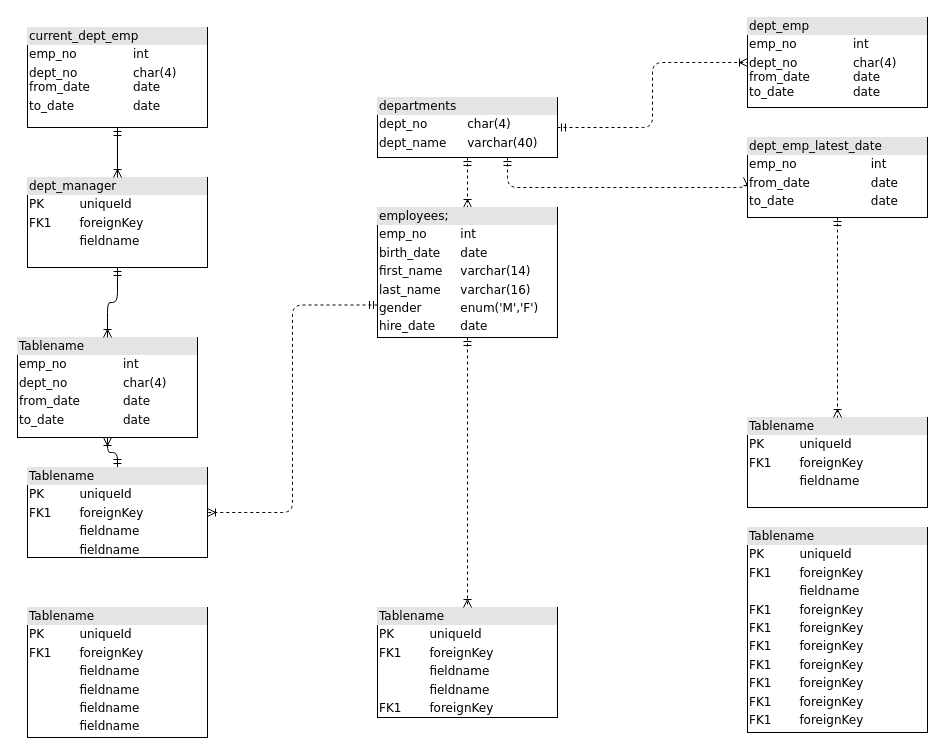
Above: act2/Untitled Diagram.drawio in DemiurgeApeiron/A01028325-InternetOfThings (draw.io), before the change. Source tidied: cells renumbered, new cells numbered last; positions are measured from the earlier drawing's top-left corner, leaving out a move shared by most shapes. Both pictures are drawn from the tidied source at 100%, with x=0, y=0 at pixel (17, 17).
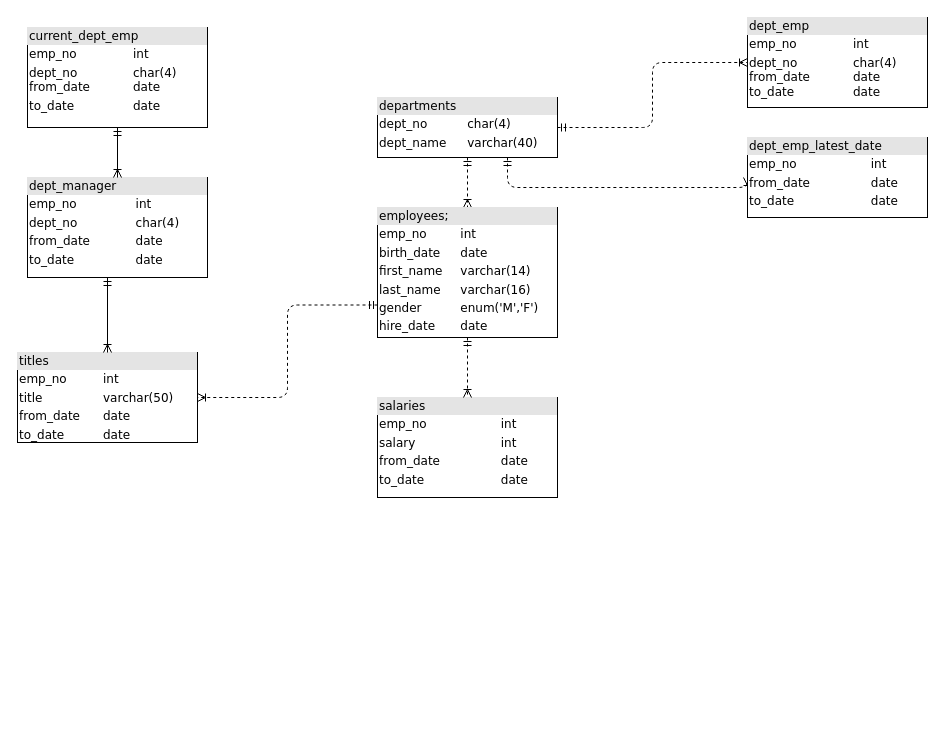
The same diagram, later.

Unchanged cells that the change refers to:
```xml
<mxCell id="19" value="&lt;div style=&quot;box-sizing: border-box ; width: 100% ; background: #e4e4e4 ; padding: 2px&quot;&gt;dept_emp_latest_date&lt;/div&gt;&lt;table style=&quot;width: 100% ; font-size: 1em&quot; cellspacing=&quot;0&quot; cellpadding=&quot;2&quot;&gt;&lt;tbody&gt;&lt;tr&gt;&lt;td&gt;emp_no&lt;/td&gt;&lt;td&gt;int&lt;/td&gt;&lt;/tr&gt;&lt;tr&gt;&lt;td&gt;from_date&lt;/td&gt;&lt;td&gt;date&lt;/td&gt;&lt;/tr&gt;&lt;tr&gt;&lt;td&gt;to_date&lt;/td&gt;&lt;td&gt;date&lt;/td&gt;&lt;/tr&gt;&lt;tr&gt;&lt;td&gt;&lt;br&gt;&lt;/td&gt;&lt;td&gt;&lt;br&gt;&lt;/td&gt;&lt;/tr&gt;&lt;tr&gt;&lt;td&gt;&lt;br&gt;&lt;/td&gt;&lt;td&gt;&lt;br&gt;&lt;/td&gt;&lt;/tr&gt;&lt;tr&gt;&lt;td&gt;&lt;br&gt;&lt;/td&gt;&lt;td&gt;&lt;br&gt;&lt;/td&gt;&lt;/tr&gt;&lt;tr&gt;&lt;td&gt;&lt;br&gt;&lt;/td&gt;&lt;td&gt;&lt;br&gt;&lt;/td&gt;&lt;/tr&gt;&lt;tr&gt;&lt;td&gt;&lt;br&gt;&lt;/td&gt;&lt;td&gt;&lt;br&gt;&lt;/td&gt;&lt;/tr&gt;&lt;tr&gt;&lt;td&gt;&lt;br&gt;&lt;/td&gt;&lt;td&gt;&lt;br&gt;&lt;/td&gt;&lt;/tr&gt;&lt;tr&gt;&lt;td&gt;&lt;br&gt;&lt;/td&gt;&lt;td&gt;&lt;br&gt;&lt;/td&gt;&lt;/tr&gt;&lt;tr&gt;&lt;td&gt;&lt;br&gt;&lt;/td&gt;&lt;td&gt;&lt;br&gt;&lt;/td&gt;&lt;/tr&gt;&lt;tr&gt;&lt;td&gt;&lt;br&gt;&lt;/td&gt;&lt;td&gt;&lt;br&gt;&lt;/td&gt;&lt;/tr&gt;&lt;/tbody&gt;&lt;/table&gt;" style="verticalAlign=top;align=left;overflow=fill;html=1;rounded=0;shadow=0;comic=0;labelBackgroundColor=none;strokeWidth=1;fontFamily=Verdana;fontSize=12;" parent="1" vertex="1">
  <mxGeometry x="730" y="120" width="180" height="80" as="geometry" />
</mxCell>
```

The edit, as a diff of the source:
```diff
@@
-    <mxCell id="7" style="edgeStyle=orthogonalEdgeStyle;html=1;labelBackgroundColor=none;startArrow=ERmandOne;endArrow=ERoneToMany;fontFamily=Verdana;fontSize=12;align=left;" parent="1" edge="1" source="9" target="10">
-      <mxGeometry relative="1" as="geometry" />
-    </mxCell>
@@
-    <mxCell id="9" value="&lt;div style=&quot;box-sizing: border-box ; width: 100% ; background: #e4e4e4 ; padding: 2px&quot;&gt;Tablename&lt;/div&gt;&lt;table style=&quot;width: 100% ; font-size: 1em&quot; cellpadding=&quot;2&quot; cellspacing=&quot;0&quot;&gt;&lt;tbody&gt;&lt;tr&gt;&lt;td&gt;PK&lt;/td&gt;&lt;td&gt;uniqueId&lt;/td&gt;&lt;/tr&gt;&lt;tr&gt;&lt;td&gt;FK1&lt;/td&gt;&lt;td&gt;foreignKey&lt;/td&gt;&lt;/tr&gt;&lt;tr&gt;&lt;td&gt;&lt;/td&gt;&lt;td&gt;fieldname&lt;/td&gt;&lt;/tr&gt;&lt;tr&gt;&lt;td&gt;&lt;br&gt;&lt;/td&gt;&lt;td&gt;fieldname&lt;br&gt;&lt;/td&gt;&lt;/tr&gt;&lt;/tbody&gt;&lt;/table&gt;" style="verticalAlign=top;align=left;overflow=fill;html=1;rounded=0;shadow=0;comic=0;labelBackgroundColor=none;strokeWidth=1;fontFamily=Verdana;fontSize=12;" parent="1" vertex="1">
-      <mxGeometry x="10" y="450" width="180" height="90" as="geometry" />
+    <mxCell id="9" value="&lt;div style=&quot;box-sizing: border-box ; width: 100% ; background: #e4e4e4 ; padding: 2px&quot;&gt;titles&lt;/div&gt;&lt;table style=&quot;width: 100% ; font-size: 1em&quot; cellspacing=&quot;0&quot; cellpadding=&quot;2&quot;&gt;&lt;tbody&gt;&lt;tr&gt;&lt;td&gt;emp_no&lt;/td&gt;&lt;td&gt;int&lt;/td&gt;&lt;/tr&gt;&lt;tr&gt;&lt;td&gt;title&lt;/td&gt;&lt;td&gt;varchar(50)&lt;/td&gt;&lt;/tr&gt;&lt;tr&gt;&lt;td&gt;from_date&lt;/td&gt;&lt;td&gt;date&lt;/td&gt;&lt;/tr&gt;&lt;tr&gt;&lt;td&gt;to_date&lt;/td&gt;&lt;td&gt;date&lt;br&gt;&lt;/td&gt;&lt;/tr&gt;&lt;/tbody&gt;&lt;/table&gt;" style="verticalAlign=top;align=left;overflow=fill;html=1;rounded=0;shadow=0;comic=0;labelBackgroundColor=none;strokeWidth=1;fontFamily=Verdana;fontSize=12;" parent="1" vertex="1">
+      <mxGeometry y="335" width="180" height="90" as="geometry" />
     </mxCell>
-    <mxCell id="10" value="&lt;div style=&quot;box-sizing: border-box ; width: 100% ; background: #e4e4e4 ; padding: 2px&quot;&gt;Tablename&lt;/div&gt;&lt;table style=&quot;width: 100% ; font-size: 1em&quot; cellspacing=&quot;0&quot; cellpadding=&quot;2&quot;&gt;&lt;tbody&gt;&lt;tr&gt;&lt;td&gt;emp_no&lt;/td&gt;&lt;td&gt;int&lt;/td&gt;&lt;/tr&gt;&lt;tr&gt;&lt;td&gt;dept_no&lt;/td&gt;&lt;td&gt;char(4)&lt;/td&gt;&lt;/tr&gt;&lt;tr&gt;&lt;td&gt;from_date&lt;br&gt;&lt;/td&gt;&lt;td&gt;date&lt;/td&gt;&lt;/tr&gt;&lt;tr&gt;&lt;td&gt;to_date&lt;br&gt;&lt;/td&gt;&lt;td&gt;date&lt;br&gt;&lt;/td&gt;&lt;/tr&gt;&lt;/tbody&gt;&lt;/table&gt;" style="verticalAlign=top;align=left;overflow=fill;html=1;rounded=0;shadow=0;comic=0;labelBackgroundColor=none;strokeWidth=1;fontFamily=Verdana;fontSize=12;" parent="1" vertex="1">
-      <mxGeometry y="320" width="180" height="100" as="geometry" />
-    </mxCell>
-    <mxCell id="11" style="edgeStyle=orthogonalEdgeStyle;html=1;entryX=0.5;entryY=0;labelBackgroundColor=none;startArrow=ERmandOne;endArrow=ERoneToMany;fontFamily=Verdana;fontSize=12;align=left;" parent="1" edge="1" source="12" target="10">
-      <mxGeometry relative="1" as="geometry" />
+    <mxCell id="11" style="edgeStyle=orthogonalEdgeStyle;html=1;entryX=0.5;entryY=0;labelBackgroundColor=none;startArrow=ERmandOne;endArrow=ERoneToMany;fontFamily=Verdana;fontSize=12;align=left;entryDx=0;entryDy=0;" parent="1" edge="1" source="12" target="9">
+      <mxGeometry relative="1" as="geometry">
+        <Array as="points">
+          <mxPoint x="90" y="335" />
+        </Array>
+      </mxGeometry>
     </mxCell>
-    <mxCell id="12" value="&lt;div style=&quot;box-sizing: border-box ; width: 100% ; background: #e4e4e4 ; padding: 2px&quot;&gt;dept_manager&lt;/div&gt;&lt;table style=&quot;width: 100% ; font-size: 1em&quot; cellspacing=&quot;0&quot; cellpadding=&quot;2&quot;&gt;&lt;tbody&gt;&lt;tr&gt;&lt;td&gt;PK&lt;/td&gt;&lt;td&gt;uniqueId&lt;/td&gt;&lt;/tr&gt;&lt;tr&gt;&lt;td&gt;FK1&lt;/td&gt;&lt;td&gt;foreignKey&lt;/td&gt;&lt;/tr&gt;&lt;tr&gt;&lt;td&gt;&lt;br&gt;&lt;/td&gt;&lt;td&gt;fieldname&lt;/td&gt;&lt;/tr&gt;&lt;/tbody&gt;&lt;/table&gt;" style="verticalAlign=top;align=left;overflow=fill;html=1;rounded=0;shadow=0;comic=0;labelBackgroundColor=none;strokeWidth=1;fontFamily=Verdana;fontSize=12;" parent="1" vertex="1">
-      <mxGeometry x="10" y="160" width="180" height="90" as="geometry" />
+    <mxCell id="12" value="&lt;div style=&quot;box-sizing: border-box ; width: 100% ; background: #e4e4e4 ; padding: 2px&quot;&gt;dept_manager&lt;/div&gt;&lt;table style=&quot;width: 100% ; font-size: 1em&quot; cellspacing=&quot;0&quot; cellpadding=&quot;2&quot;&gt;&lt;tbody&gt;&lt;tr&gt;&lt;td&gt;emp_no&lt;/td&gt;&lt;td&gt;&lt;br&gt;&lt;/td&gt;&lt;td&gt;int&lt;/td&gt;&lt;/tr&gt;&lt;tr&gt;&lt;td&gt;dept_no&lt;/td&gt;&lt;td&gt;&lt;br&gt;&lt;/td&gt;&lt;td&gt;char(4)&lt;/td&gt;&lt;/tr&gt;&lt;tr&gt;&lt;td&gt;from_date&lt;br&gt;&lt;/td&gt;&lt;td&gt;&lt;br&gt;&lt;/td&gt;&lt;td&gt;date &lt;br&gt;&lt;/td&gt;&lt;/tr&gt;&lt;tr&gt;&lt;td&gt;to_date&lt;br&gt;&lt;/td&gt;&lt;td&gt;&lt;br&gt;&lt;/td&gt;&lt;td&gt;date&lt;br&gt;&lt;/td&gt;&lt;/tr&gt;&lt;tr&gt;&lt;td&gt;&lt;br&gt;&lt;/td&gt;&lt;td&gt;&lt;br&gt;&lt;/td&gt;&lt;td&gt;&lt;br&gt;&lt;/td&gt;&lt;/tr&gt;&lt;/tbody&gt;&lt;/table&gt;" style="verticalAlign=top;align=left;overflow=fill;html=1;rounded=0;shadow=0;comic=0;labelBackgroundColor=none;strokeWidth=1;fontFamily=Verdana;fontSize=12;" parent="1" vertex="1">
+      <mxGeometry x="10" y="160" width="180" height="100" as="geometry" />
     </mxCell>
-    <mxCell id="13" value="&lt;div style=&quot;box-sizing: border-box ; width: 100% ; background: #e4e4e4 ; padding: 2px&quot;&gt;Tablename&lt;/div&gt;&lt;table style=&quot;width: 100% ; font-size: 1em&quot; cellpadding=&quot;2&quot; cellspacing=&quot;0&quot;&gt;&lt;tbody&gt;&lt;tr&gt;&lt;td&gt;PK&lt;/td&gt;&lt;td&gt;uniqueId&lt;/td&gt;&lt;/tr&gt;&lt;tr&gt;&lt;td&gt;FK1&lt;/td&gt;&lt;td&gt;foreignKey&lt;/td&gt;&lt;/tr&gt;&lt;tr&gt;&lt;td&gt;&lt;/td&gt;&lt;td&gt;fieldname&lt;/td&gt;&lt;/tr&gt;&lt;tr&gt;&lt;td&gt;FK1&lt;br&gt;&lt;/td&gt;&lt;td&gt;foreignKey&lt;br&gt;&lt;/td&gt;&lt;/tr&gt;&lt;tr&gt;&lt;td&gt;FK1&lt;br&gt;&lt;/td&gt;&lt;td&gt;foreignKey&lt;br&gt;&lt;/td&gt;&lt;/tr&gt;&lt;tr&gt;&lt;td&gt;FK1&lt;br&gt;&lt;/td&gt;&lt;td&gt;foreignKey&lt;br&gt;&lt;/td&gt;&lt;/tr&gt;&lt;tr&gt;&lt;td&gt;FK1&lt;br&gt;&lt;/td&gt;&lt;td&gt;foreignKey&lt;br&gt;&lt;/td&gt;&lt;/tr&gt;&lt;tr&gt;&lt;td&gt;FK1&lt;br&gt;&lt;/td&gt;&lt;td&gt;foreignKey&lt;br&gt;&lt;/td&gt;&lt;/tr&gt;&lt;tr&gt;&lt;td&gt;FK1&lt;br&gt;&lt;/td&gt;&lt;td&gt;foreignKey&lt;br&gt;&lt;/td&gt;&lt;/tr&gt;&lt;tr&gt;&lt;td&gt;FK1&lt;br&gt;&lt;/td&gt;&lt;td&gt;foreignKey&lt;br&gt;&lt;/td&gt;&lt;/tr&gt;&lt;/tbody&gt;&lt;/table&gt;" style="verticalAlign=top;align=left;overflow=fill;html=1;rounded=0;shadow=0;comic=0;labelBackgroundColor=none;strokeWidth=1;fontFamily=Verdana;fontSize=12;" parent="1" vertex="1">
-      <mxGeometry x="730" y="510" width="180" height="205" as="geometry" />
-    </mxCell>
-    <mxCell id="14" value="&lt;div style=&quot;box-sizing: border-box ; width: 100% ; background: #e4e4e4 ; padding: 2px&quot;&gt;Tablename&lt;/div&gt;&lt;table style=&quot;width: 100% ; font-size: 1em&quot; cellpadding=&quot;2&quot; cellspacing=&quot;0&quot;&gt;&lt;tbody&gt;&lt;tr&gt;&lt;td&gt;PK&lt;/td&gt;&lt;td&gt;uniqueId&lt;/td&gt;&lt;/tr&gt;&lt;tr&gt;&lt;td&gt;FK1&lt;/td&gt;&lt;td&gt;foreignKey&lt;/td&gt;&lt;/tr&gt;&lt;tr&gt;&lt;td&gt;&lt;/td&gt;&lt;td&gt;fieldname&lt;/td&gt;&lt;/tr&gt;&lt;tr&gt;&lt;td&gt;&lt;br&gt;&lt;/td&gt;&lt;td&gt;fieldname&lt;br&gt;&lt;/td&gt;&lt;/tr&gt;&lt;tr&gt;&lt;td&gt;FK1&lt;br&gt;&lt;/td&gt;&lt;td&gt;foreignKey&lt;br&gt;&lt;/td&gt;&lt;/tr&gt;&lt;/tbody&gt;&lt;/table&gt;" style="verticalAlign=top;align=left;overflow=fill;html=1;rounded=0;shadow=0;comic=0;labelBackgroundColor=none;strokeWidth=1;fontFamily=Verdana;fontSize=12;" parent="1" vertex="1">
-      <mxGeometry x="360" y="590" width="180" height="110" as="geometry" />
+    <mxCell id="14" value="&lt;div style=&quot;box-sizing: border-box ; width: 100% ; background: #e4e4e4 ; padding: 2px&quot;&gt;salaries&lt;/div&gt;&lt;table style=&quot;width: 100% ; font-size: 1em&quot; cellspacing=&quot;0&quot; cellpadding=&quot;2&quot;&gt;&lt;tbody&gt;&lt;tr&gt;&lt;td&gt;emp_no&lt;/td&gt;&lt;td&gt;int&lt;/td&gt;&lt;/tr&gt;&lt;tr&gt;&lt;td&gt;salary&lt;/td&gt;&lt;td&gt;int&lt;/td&gt;&lt;/tr&gt;&lt;tr&gt;&lt;td&gt;from_date&lt;/td&gt;&lt;td&gt;date&lt;/td&gt;&lt;/tr&gt;&lt;tr&gt;&lt;td&gt;to_date&lt;/td&gt;&lt;td&gt;date&lt;br&gt;&lt;/td&gt;&lt;/tr&gt;&lt;tr&gt;&lt;td&gt;&lt;br&gt;&lt;/td&gt;&lt;td&gt;&lt;br&gt;&lt;/td&gt;&lt;/tr&gt;&lt;/tbody&gt;&lt;/table&gt;" style="verticalAlign=top;align=left;overflow=fill;html=1;rounded=0;shadow=0;comic=0;labelBackgroundColor=none;strokeWidth=1;fontFamily=Verdana;fontSize=12;" parent="1" vertex="1">
+      <mxGeometry x="360" y="380" width="180" height="100" as="geometry" />
     </mxCell>
@@
-    <mxCell id="17" value="&lt;div style=&quot;box-sizing:border-box;width:100%;background:#e4e4e4;padding:2px;&quot;&gt;Tablename&lt;/div&gt;&lt;table style=&quot;width:100%;font-size:1em;&quot; cellpadding=&quot;2&quot; cellspacing=&quot;0&quot;&gt;&lt;tr&gt;&lt;td&gt;PK&lt;/td&gt;&lt;td&gt;uniqueId&lt;/td&gt;&lt;/tr&gt;&lt;tr&gt;&lt;td&gt;FK1&lt;/td&gt;&lt;td&gt;foreignKey&lt;/td&gt;&lt;/tr&gt;&lt;tr&gt;&lt;td&gt;&lt;/td&gt;&lt;td&gt;fieldname&lt;/td&gt;&lt;/tr&gt;&lt;/table&gt;" style="verticalAlign=top;align=left;overflow=fill;html=1;rounded=0;shadow=0;comic=0;labelBackgroundColor=none;strokeWidth=1;fontFamily=Verdana;fontSize=12;" parent="1" vertex="1">
-      <mxGeometry x="730" y="400" width="180" height="90" as="geometry" />
-    </mxCell>
-    <mxCell id="18" style="edgeStyle=orthogonalEdgeStyle;html=1;entryX=0.5;entryY=0;dashed=1;labelBackgroundColor=none;startArrow=ERmandOne;endArrow=ERoneToMany;fontFamily=Verdana;fontSize=12;align=left;" parent="1" edge="1" source="19" target="17">
-      <mxGeometry relative="1" as="geometry" />
-    </mxCell>
@@
-    <mxCell id="21" value="&lt;div style=&quot;box-sizing: border-box ; width: 100% ; background: #e4e4e4 ; padding: 2px&quot;&gt;Tablename&lt;/div&gt;&lt;table style=&quot;width: 100% ; font-size: 1em&quot; cellpadding=&quot;2&quot; cellspacing=&quot;0&quot;&gt;&lt;tbody&gt;&lt;tr&gt;&lt;td&gt;PK&lt;/td&gt;&lt;td&gt;uniqueId&lt;/td&gt;&lt;/tr&gt;&lt;tr&gt;&lt;td&gt;FK1&lt;/td&gt;&lt;td&gt;foreignKey&lt;/td&gt;&lt;/tr&gt;&lt;tr&gt;&lt;td&gt;&lt;/td&gt;&lt;td&gt;fieldname&lt;/td&gt;&lt;/tr&gt;&lt;tr&gt;&lt;td&gt;&lt;br&gt;&lt;/td&gt;&lt;td&gt;fieldname&lt;br&gt;&lt;/td&gt;&lt;/tr&gt;&lt;tr&gt;&lt;td&gt;&lt;br&gt;&lt;/td&gt;&lt;td&gt;fieldname&lt;br&gt;&lt;/td&gt;&lt;/tr&gt;&lt;tr&gt;&lt;td&gt;&lt;br&gt;&lt;/td&gt;&lt;td&gt;fieldname&lt;br&gt;&lt;/td&gt;&lt;/tr&gt;&lt;/tbody&gt;&lt;/table&gt;" style="verticalAlign=top;align=left;overflow=fill;html=1;rounded=0;shadow=0;comic=0;labelBackgroundColor=none;strokeWidth=1;fontFamily=Verdana;fontSize=12;" parent="1" vertex="1">
-      <mxGeometry x="10" y="590" width="180" height="130" as="geometry" />
-    </mxCell>
```
